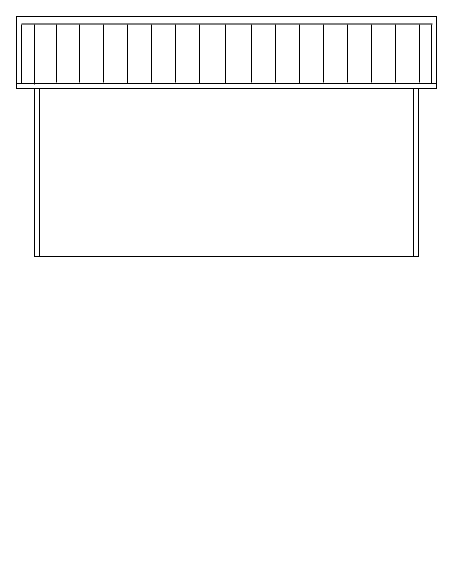
Above: Billings Elevation.drawio in dpolaristar/drawio (draw.io), before the change. Source tidied: cells renumbered, new cells numbered last; positions are measured from the earlier drawing's top-left corner, leaving out a move shared by most shapes. Both pictures are drawn from the tidied source at 100%, with x=0, y=0 at pixel (16, 16).
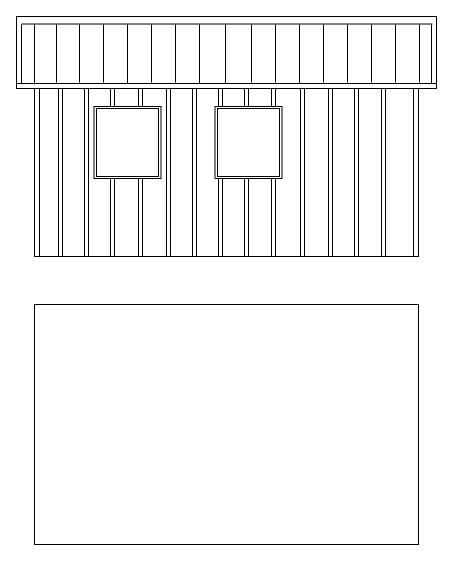
The same diagram, later.

Change to the diagram source:
```diff
@@
+    <mxCell id="27" style="rounded=0;whiteSpace=wrap;html=1;strokeWidth=1;" parent="1" vertex="1">
+      <mxGeometry x="255" y="72" width="4" height="168" as="geometry" />
+    </mxCell>
+    <mxCell id="28" style="rounded=0;whiteSpace=wrap;html=1;strokeWidth=1;" parent="1" vertex="1">
+      <mxGeometry x="228" y="72" width="4" height="168" as="geometry" />
+    </mxCell>
+    <mxCell id="29" style="rounded=0;whiteSpace=wrap;html=1;strokeWidth=1;" parent="1" vertex="1">
+      <mxGeometry x="202" y="72" width="4" height="168" as="geometry" />
+    </mxCell>
+    <mxCell id="30" style="rounded=0;whiteSpace=wrap;html=1;strokeWidth=1;" parent="1" vertex="1">
+      <mxGeometry x="198.5" y="90" width="67" height="72" as="geometry" />
+    </mxCell>
@@
+    <mxCell id="31" style="rounded=0;whiteSpace=wrap;html=1;strokeWidth=1;" parent="1" vertex="1">
+      <mxGeometry x="42" y="72" width="4" height="168" as="geometry" />
+    </mxCell>
+    <mxCell id="32" style="rounded=0;whiteSpace=wrap;html=1;strokeWidth=1;" parent="1" vertex="1">
+      <mxGeometry x="68" y="72" width="4" height="168" as="geometry" />
+    </mxCell>
+    <mxCell id="33" style="rounded=0;whiteSpace=wrap;html=1;strokeWidth=1;" parent="1" vertex="1">
+      <mxGeometry x="94" y="72" width="4" height="168" as="geometry" />
+    </mxCell>
+    <mxCell id="34" style="rounded=0;whiteSpace=wrap;html=1;strokeWidth=1;" parent="1" vertex="1">
+      <mxGeometry x="122" y="72" width="4" height="168" as="geometry" />
+    </mxCell>
+    <mxCell id="35" style="rounded=0;whiteSpace=wrap;html=1;strokeWidth=1;" parent="1" vertex="1">
+      <mxGeometry x="150" y="72" width="4" height="168" as="geometry" />
+    </mxCell>
+    <mxCell id="36" style="rounded=0;whiteSpace=wrap;html=1;strokeWidth=1;" parent="1" vertex="1">
+      <mxGeometry x="176" y="72" width="4" height="168" as="geometry" />
+    </mxCell>
+    <mxCell id="37" style="rounded=0;whiteSpace=wrap;html=1;strokeWidth=1;" parent="1" vertex="1">
+      <mxGeometry x="284" y="72" width="4" height="168" as="geometry" />
+    </mxCell>
+    <mxCell id="38" style="rounded=0;whiteSpace=wrap;html=1;strokeWidth=1;" parent="1" vertex="1">
+      <mxGeometry x="312" y="72" width="4" height="168" as="geometry" />
+    </mxCell>
+    <mxCell id="39" style="rounded=0;whiteSpace=wrap;html=1;strokeWidth=1;" parent="1" vertex="1">
+      <mxGeometry x="338" y="72" width="4" height="168" as="geometry" />
+    </mxCell>
+    <mxCell id="40" style="rounded=0;whiteSpace=wrap;html=1;strokeWidth=1;" parent="1" vertex="1">
+      <mxGeometry x="365" y="72" width="4" height="168" as="geometry" />
+    </mxCell>
+    <mxCell id="41" style="rounded=0;whiteSpace=wrap;html=1;strokeWidth=1;" parent="1" vertex="1">
+      <mxGeometry x="77.5" y="90" width="67" height="72" as="geometry" />
+    </mxCell>
+    <mxCell id="42" style="rounded=0;whiteSpace=wrap;html=1;strokeWidth=1;" parent="1" vertex="1">
+      <mxGeometry x="80" y="92" width="62" height="68" as="geometry" />
+    </mxCell>
+    <mxCell id="43" style="rounded=0;whiteSpace=wrap;html=1;strokeWidth=1;" parent="1" vertex="1">
+      <mxGeometry x="201" y="92" width="62" height="68" as="geometry" />
+    </mxCell>
+    <mxCell id="44" style="rounded=0;whiteSpace=wrap;html=1;strokeWidth=1;" parent="1" vertex="1">
+      <mxGeometry x="18" y="288" width="384" height="240" as="geometry" />
+    </mxCell>
```
